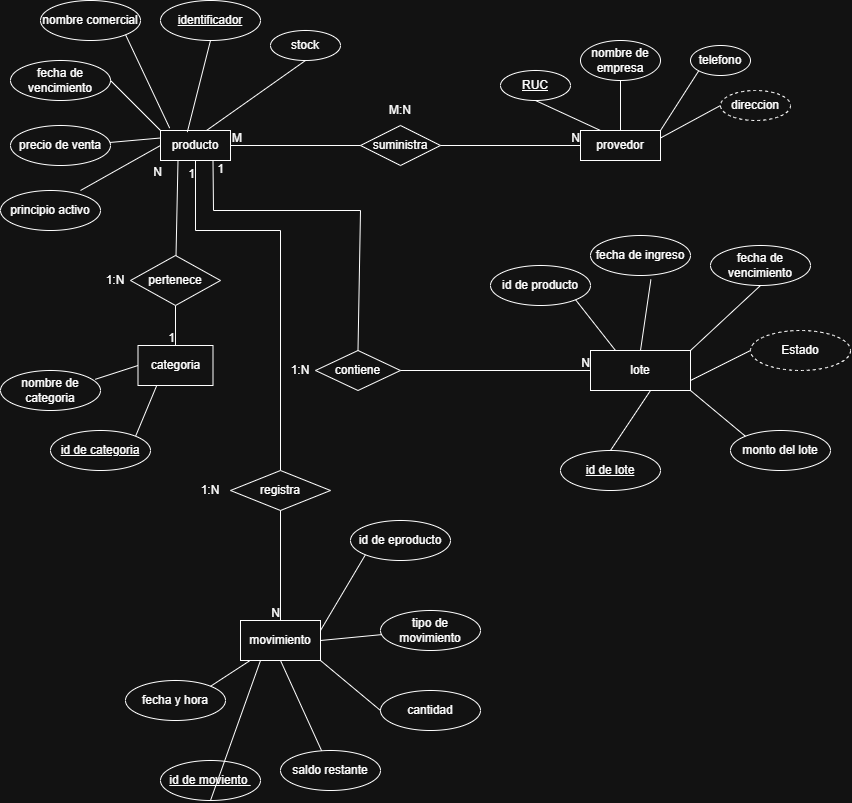
The draw.io diagram Modelo-ER-ProyectoU1.png in Criss-21/Diagramas-Base-De-DAtos, before a commit. Source tidied: cells renumbered, new cells last; positions are measured from the earlier drawing's top-left corner, leaving out a move shared by most shapes. Source of this version:
```xml
<mxGraphModel>
  <root>
    <mxCell id="0" />
    <mxCell id="1" parent="0" />
    <mxCell id="2" value="producto" style="whiteSpace=wrap;html=1;align=center;" parent="1" vertex="1">
      <mxGeometry x="160" y="130" width="70" height="30" as="geometry" />
    </mxCell>
    <mxCell id="3" value="identificador" style="ellipse;whiteSpace=wrap;html=1;align=center;fontStyle=4;" parent="1" vertex="1">
      <mxGeometry x="160" width="100" height="40" as="geometry" />
    </mxCell>
    <mxCell id="4" value="nombre comercial" style="ellipse;whiteSpace=wrap;html=1;align=center;" parent="1" vertex="1">
      <mxGeometry x="40" width="100" height="40" as="geometry" />
    </mxCell>
    <mxCell id="5" value="principio activo" style="ellipse;whiteSpace=wrap;html=1;align=center;" parent="1" vertex="1">
      <mxGeometry y="190" width="100" height="40" as="geometry" />
    </mxCell>
    <mxCell id="6" value="precio de venta" style="ellipse;whiteSpace=wrap;html=1;align=center;" parent="1" vertex="1">
      <mxGeometry x="10" y="125" width="100" height="40" as="geometry" />
    </mxCell>
    <mxCell id="7" value="stock" style="ellipse;whiteSpace=wrap;html=1;align=center;" parent="1" vertex="1">
      <mxGeometry x="270" y="30" width="70" height="30" as="geometry" />
    </mxCell>
    <mxCell id="8" value="fecha de vencimiento" style="ellipse;whiteSpace=wrap;html=1;align=center;" parent="1" vertex="1">
      <mxGeometry x="10" y="60" width="100" height="40" as="geometry" />
    </mxCell>
    <mxCell id="9" style="endArrow=none;html=1;rounded=0;entryX=0.5;entryY=1;entryDx=0;entryDy=0;exitX=0.383;exitY=0.053;exitDx=0;exitDy=0;exitPerimeter=0;" parent="1" edge="1" source="2" target="3">
      <mxGeometry relative="1" as="geometry" />
    </mxCell>
    <mxCell id="10" style="endArrow=none;html=1;rounded=0;entryX=0.5;entryY=1;entryDx=0;entryDy=0;exitX=0.657;exitY=0;exitDx=0;exitDy=0;exitPerimeter=0;" parent="1" edge="1" source="2" target="7">
      <mxGeometry relative="1" as="geometry" />
    </mxCell>
    <mxCell id="11" style="endArrow=none;html=1;rounded=0;entryX=1;entryY=1;entryDx=0;entryDy=0;exitX=0.131;exitY=-0.08;exitDx=0;exitDy=0;exitPerimeter=0;" parent="1" edge="1" source="2" target="4">
      <mxGeometry relative="1" as="geometry" />
    </mxCell>
    <mxCell id="12" style="endArrow=none;html=1;rounded=0;entryX=0.8;entryY=0;entryDx=0;entryDy=0;exitX=0;exitY=0.5;exitDx=0;exitDy=0;entryPerimeter=0;" parent="1" edge="1" source="2" target="5">
      <mxGeometry relative="1" as="geometry" />
    </mxCell>
    <mxCell id="13" style="endArrow=none;html=1;rounded=0;entryX=1;entryY=0.5;entryDx=0;entryDy=0;exitX=0;exitY=0;exitDx=0;exitDy=0;" parent="1" edge="1" source="2" target="8">
      <mxGeometry relative="1" as="geometry" />
    </mxCell>
    <mxCell id="14" style="endArrow=none;html=1;rounded=0;entryX=0;entryY=0.25;entryDx=0;entryDy=0;" parent="1" edge="1" source="6" target="2">
      <mxGeometry relative="1" as="geometry" />
    </mxCell>
    <mxCell id="15" value="provedor" style="whiteSpace=wrap;html=1;align=center;" parent="1" vertex="1">
      <mxGeometry x="580" y="130" width="80" height="30" as="geometry" />
    </mxCell>
    <mxCell id="16" value="RUC" style="ellipse;whiteSpace=wrap;html=1;align=center;fontStyle=4;" parent="1" vertex="1">
      <mxGeometry x="500" y="70" width="70" height="30" as="geometry" />
    </mxCell>
    <mxCell id="17" value="nombre de empresa" style="ellipse;whiteSpace=wrap;html=1;align=center;" parent="1" vertex="1">
      <mxGeometry x="580" y="40" width="80" height="40" as="geometry" />
    </mxCell>
    <mxCell id="18" value="telefono" style="ellipse;whiteSpace=wrap;html=1;align=center;" parent="1" vertex="1">
      <mxGeometry x="690" y="45" width="60" height="30" as="geometry" />
    </mxCell>
    <mxCell id="19" value="direccion" style="ellipse;whiteSpace=wrap;html=1;align=center;dashed=1;" parent="1" vertex="1">
      <mxGeometry x="720" y="90" width="70" height="30" as="geometry" />
    </mxCell>
    <mxCell id="20" style="endArrow=none;html=1;rounded=0;entryX=0.5;entryY=1;entryDx=0;entryDy=0;exitX=0.25;exitY=0;exitDx=0;exitDy=0;" parent="1" edge="1" source="15" target="16">
      <mxGeometry relative="1" as="geometry" />
    </mxCell>
    <mxCell id="21" style="endArrow=none;html=1;rounded=0;entryX=0.5;entryY=1;entryDx=0;entryDy=0;exitX=0.5;exitY=0;exitDx=0;exitDy=0;" parent="1" edge="1" source="15" target="17">
      <mxGeometry relative="1" as="geometry" />
    </mxCell>
    <mxCell id="22" style="endArrow=none;html=1;rounded=0;exitX=0;exitY=1;exitDx=0;exitDy=0;entryX=1;entryY=0;entryDx=0;entryDy=0;" parent="1" edge="1" source="18" target="15">
      <mxGeometry relative="1" as="geometry" />
    </mxCell>
    <mxCell id="23" style="endArrow=none;html=1;rounded=0;entryX=1;entryY=0.25;entryDx=0;entryDy=0;exitX=0;exitY=0.5;exitDx=0;exitDy=0;" parent="1" edge="1" source="19" target="15">
      <mxGeometry relative="1" as="geometry" />
    </mxCell>
    <mxCell id="24" value="suministra" style="shape=rhombus;perimeter=rhombusPerimeter;whiteSpace=wrap;html=1;align=center;" parent="1" vertex="1">
      <mxGeometry x="360" y="125" width="80" height="40" as="geometry" />
    </mxCell>
    <mxCell id="25" style="endArrow=none;html=1;rounded=0;exitX=1;exitY=0.5;exitDx=0;exitDy=0;entryX=0;entryY=0.5;entryDx=0;entryDy=0;" parent="1" edge="1" source="2" target="24">
      <mxGeometry relative="1" as="geometry" />
    </mxCell>
    <mxCell id="26" value="M" style="html=1;whiteSpace=wrap;align=left;verticalAlign=bottom;" parent="25" vertex="1">
      <mxGeometry x="-1" relative="1" as="geometry" />
    </mxCell>
    <mxCell id="27" style="endArrow=none;html=1;rounded=0;exitX=1;exitY=0.5;exitDx=0;exitDy=0;entryX=0;entryY=0.5;entryDx=0;entryDy=0;" parent="1" edge="1" source="24" target="15">
      <mxGeometry relative="1" as="geometry" />
    </mxCell>
    <mxCell id="28" value="N" style="html=1;whiteSpace=wrap;align=right;verticalAlign=bottom;" parent="27" vertex="1">
      <mxGeometry x="1" relative="1" as="geometry" />
    </mxCell>
    <mxCell id="29" value="categoria" style="whiteSpace=wrap;html=1;align=center;" parent="1" vertex="1">
      <mxGeometry x="137.5" y="345" width="75" height="40" as="geometry" />
    </mxCell>
    <mxCell id="30" value="nombre de categoria" style="ellipse;whiteSpace=wrap;html=1;align=center;" parent="1" vertex="1">
      <mxGeometry y="370" width="100" height="40" as="geometry" />
    </mxCell>
    <mxCell id="31" style="endArrow=none;html=1;rounded=0;entryX=0.948;entryY=0.22;entryDx=0;entryDy=0;exitX=0;exitY=0.5;exitDx=0;exitDy=0;entryPerimeter=0;" parent="1" edge="1" source="29" target="30">
      <mxGeometry relative="1" as="geometry" />
    </mxCell>
    <mxCell id="32" style="endArrow=none;html=1;rounded=0;exitX=1;exitY=0;exitDx=0;exitDy=0;entryX=0.25;entryY=1;entryDx=0;entryDy=0;" parent="1" edge="1" source="39" target="29">
      <mxGeometry relative="1" as="geometry" />
    </mxCell>
    <mxCell id="33" value="lote" style="whiteSpace=wrap;html=1;align=center;" parent="1" vertex="1">
      <mxGeometry x="590" y="350" width="100" height="40" as="geometry" />
    </mxCell>
    <mxCell id="34" value="fecha de ingreso" style="ellipse;whiteSpace=wrap;html=1;align=center;" parent="1" vertex="1">
      <mxGeometry x="590" y="235" width="100" height="40" as="geometry" />
    </mxCell>
    <mxCell id="35" value="id de producto" style="ellipse;whiteSpace=wrap;html=1;align=center;" parent="1" vertex="1">
      <mxGeometry x="490" y="265" width="100" height="40" as="geometry" />
    </mxCell>
    <mxCell id="36" value="id de lote" style="ellipse;whiteSpace=wrap;html=1;align=center;fontStyle=4;" parent="1" vertex="1">
      <mxGeometry x="560" y="450" width="100" height="40" as="geometry" />
    </mxCell>
    <mxCell id="37" value="monto del lote" style="ellipse;whiteSpace=wrap;html=1;align=center;" parent="1" vertex="1">
      <mxGeometry x="730" y="430" width="100" height="40" as="geometry" />
    </mxCell>
    <mxCell id="38" value="fecha de vencimiento" style="ellipse;whiteSpace=wrap;html=1;align=center;" parent="1" vertex="1">
      <mxGeometry x="710" y="245" width="100" height="40" as="geometry" />
    </mxCell>
    <mxCell id="39" value="id de categoria" style="ellipse;whiteSpace=wrap;html=1;align=center;fontStyle=4;" parent="1" vertex="1">
      <mxGeometry x="50" y="430" width="100" height="40" as="geometry" />
    </mxCell>
    <mxCell id="40" value="Estado" style="ellipse;whiteSpace=wrap;html=1;align=center;dashed=1;" parent="1" vertex="1">
      <mxGeometry x="750" y="330" width="100" height="40" as="geometry" />
    </mxCell>
    <mxCell id="41" style="endArrow=none;html=1;rounded=0;entryX=1;entryY=1;entryDx=0;entryDy=0;exitX=0.25;exitY=0;exitDx=0;exitDy=0;" parent="1" edge="1" source="33" target="35">
      <mxGeometry relative="1" as="geometry" />
    </mxCell>
    <mxCell id="42" style="endArrow=none;html=1;rounded=0;entryX=0.604;entryY=1.1;entryDx=0;entryDy=0;entryPerimeter=0;exitX=0.5;exitY=0;exitDx=0;exitDy=0;" parent="1" edge="1" source="33" target="34">
      <mxGeometry relative="1" as="geometry" />
    </mxCell>
    <mxCell id="43" style="endArrow=none;html=1;rounded=0;entryX=0.5;entryY=1;entryDx=0;entryDy=0;exitX=1;exitY=0;exitDx=0;exitDy=0;" parent="1" edge="1" source="33" target="38">
      <mxGeometry relative="1" as="geometry" />
    </mxCell>
    <mxCell id="44" style="endArrow=none;html=1;rounded=0;entryX=0.6;entryY=1;entryDx=0;entryDy=0;exitX=0.5;exitY=0;exitDx=0;exitDy=0;entryPerimeter=0;" parent="1" edge="1" source="36" target="33">
      <mxGeometry relative="1" as="geometry" />
    </mxCell>
    <mxCell id="45" style="endArrow=none;html=1;rounded=0;entryX=1;entryY=1;entryDx=0;entryDy=0;exitX=0;exitY=0;exitDx=0;exitDy=0;" parent="1" edge="1" source="37" target="33">
      <mxGeometry relative="1" as="geometry" />
    </mxCell>
    <mxCell id="46" style="endArrow=none;html=1;rounded=0;exitX=0;exitY=0.5;exitDx=0;exitDy=0;entryX=1;entryY=0.75;entryDx=0;entryDy=0;" parent="1" edge="1" source="40" target="33">
      <mxGeometry relative="1" as="geometry" />
    </mxCell>
    <mxCell id="47" value="movimiento" style="whiteSpace=wrap;html=1;align=center;" parent="1" vertex="1">
      <mxGeometry x="240" y="620" width="80" height="40" as="geometry" />
    </mxCell>
    <mxCell id="48" value="id de eproducto" style="ellipse;whiteSpace=wrap;html=1;align=center;" parent="1" vertex="1">
      <mxGeometry x="350" y="520" width="100" height="40" as="geometry" />
    </mxCell>
    <mxCell id="49" value="id de moviento&amp;nbsp;" style="ellipse;whiteSpace=wrap;html=1;align=center;fontStyle=4;" parent="1" vertex="1">
      <mxGeometry x="160" y="760" width="100" height="40" as="geometry" />
    </mxCell>
    <mxCell id="50" value="tipo de movimiento" style="ellipse;whiteSpace=wrap;html=1;align=center;" parent="1" vertex="1">
      <mxGeometry x="380" y="610" width="100" height="40" as="geometry" />
    </mxCell>
    <mxCell id="51" value="cantidad" style="ellipse;whiteSpace=wrap;html=1;align=center;" parent="1" vertex="1">
      <mxGeometry x="380" y="690" width="100" height="40" as="geometry" />
    </mxCell>
    <mxCell id="52" value="fecha y hora" style="ellipse;whiteSpace=wrap;html=1;align=center;" parent="1" vertex="1">
      <mxGeometry x="125" y="680" width="100" height="40" as="geometry" />
    </mxCell>
    <mxCell id="53" value="saldo restante" style="ellipse;whiteSpace=wrap;html=1;align=center;" parent="1" vertex="1">
      <mxGeometry x="280" y="750" width="100" height="40" as="geometry" />
    </mxCell>
    <mxCell id="54" style="endArrow=none;html=1;rounded=0;entryX=0.5;entryY=1;entryDx=0;entryDy=0;exitX=0.25;exitY=1;exitDx=0;exitDy=0;" parent="1" edge="1" source="47" target="49">
      <mxGeometry relative="1" as="geometry" />
    </mxCell>
    <mxCell id="55" style="endArrow=none;html=1;rounded=0;entryX=0;entryY=1;entryDx=0;entryDy=0;exitX=1;exitY=0.25;exitDx=0;exitDy=0;" parent="1" edge="1" source="47" target="48">
      <mxGeometry relative="1" as="geometry" />
    </mxCell>
    <mxCell id="56" style="endArrow=none;html=1;rounded=0;entryX=0.12;entryY=1;entryDx=0;entryDy=0;entryPerimeter=0;exitX=1;exitY=0;exitDx=0;exitDy=0;" parent="1" edge="1" source="52" target="47">
      <mxGeometry relative="1" as="geometry" />
    </mxCell>
    <mxCell id="57" style="endArrow=none;html=1;rounded=0;entryX=0.5;entryY=1;entryDx=0;entryDy=0;" parent="1" edge="1" source="53" target="47">
      <mxGeometry relative="1" as="geometry" />
    </mxCell>
    <mxCell id="58" style="endArrow=none;html=1;rounded=0;entryX=1;entryY=1;entryDx=0;entryDy=0;exitX=0;exitY=0.5;exitDx=0;exitDy=0;" parent="1" edge="1" source="51" target="47">
      <mxGeometry relative="1" as="geometry" />
    </mxCell>
    <mxCell id="59" style="endArrow=none;html=1;rounded=0;entryX=1;entryY=0.5;entryDx=0;entryDy=0;" parent="1" edge="1" source="50" target="47">
      <mxGeometry relative="1" as="geometry" />
    </mxCell>
    <mxCell id="60" style="endArrow=none;html=1;rounded=0;exitX=0.5;exitY=1;exitDx=0;exitDy=0;entryX=0.5;entryY=0;entryDx=0;entryDy=0;" parent="1" edge="1" source="62" target="29">
      <mxGeometry relative="1" as="geometry" />
    </mxCell>
    <mxCell id="61" value="1" style="html=1;whiteSpace=wrap;align=right;verticalAlign=bottom;" parent="60" vertex="1">
      <mxGeometry x="1" relative="1" as="geometry" />
    </mxCell>
    <mxCell id="62" value="pertenece" style="shape=rhombus;perimeter=rhombusPerimeter;whiteSpace=wrap;html=1;align=center;" parent="1" vertex="1">
      <mxGeometry x="130" y="255" width="90" height="50" as="geometry" />
    </mxCell>
    <mxCell id="63" style="endArrow=none;html=1;rounded=0;entryX=0.25;entryY=1;entryDx=0;entryDy=0;" parent="1" edge="1" source="62" target="2">
      <mxGeometry relative="1" as="geometry" />
    </mxCell>
    <mxCell id="64" value="N" style="html=1;whiteSpace=wrap;align=right;verticalAlign=bottom;" parent="63" vertex="1">
      <mxGeometry x="1" relative="1" as="geometry">
        <mxPoint x="-15" y="20" as="offset" />
      </mxGeometry>
    </mxCell>
    <mxCell id="65" value="M:N" style="text;html=1;whiteSpace=wrap;strokeColor=none;fillColor=none;align=center;verticalAlign=middle;rounded=0;" parent="1" vertex="1">
      <mxGeometry x="375" y="100" width="50" height="20" as="geometry" />
    </mxCell>
    <mxCell id="66" value="1:N" style="text;html=1;whiteSpace=wrap;strokeColor=none;fillColor=none;align=center;verticalAlign=middle;rounded=0;" parent="1" vertex="1">
      <mxGeometry x="100" y="270" width="30" height="20" as="geometry" />
    </mxCell>
    <mxCell id="67" style="endArrow=none;html=1;rounded=0;entryX=0.75;entryY=1;entryDx=0;entryDy=0;exitX=0.5;exitY=0;exitDx=0;exitDy=0;" parent="1" edge="1" source="68" target="2">
      <mxGeometry relative="1" as="geometry">
        <Array as="points">
          <mxPoint x="360" y="210" />
          <mxPoint x="213" y="210" />
        </Array>
      </mxGeometry>
    </mxCell>
    <mxCell id="68" value="contiene" style="shape=rhombus;perimeter=rhombusPerimeter;whiteSpace=wrap;html=1;align=center;" parent="1" vertex="1">
      <mxGeometry x="315" y="350" width="85" height="40" as="geometry" />
    </mxCell>
    <mxCell id="69" style="endArrow=none;html=1;rounded=0;exitX=1;exitY=0.5;exitDx=0;exitDy=0;entryX=0;entryY=0.5;entryDx=0;entryDy=0;" parent="1" edge="1" source="68" target="33">
      <mxGeometry relative="1" as="geometry" />
    </mxCell>
    <mxCell id="70" value="N" style="html=1;whiteSpace=wrap;align=right;verticalAlign=bottom;" parent="69" vertex="1">
      <mxGeometry x="1" relative="1" as="geometry" />
    </mxCell>
    <mxCell id="71" value="1" style="html=1;whiteSpace=wrap;align=right;verticalAlign=bottom;" parent="1" vertex="1">
      <mxGeometry x="130" y="180" as="geometry">
        <mxPoint x="65" y="1" as="offset" />
      </mxGeometry>
    </mxCell>
    <mxCell id="72" style="endArrow=none;html=1;rounded=0;entryX=0.5;entryY=1;entryDx=0;entryDy=0;exitX=0.5;exitY=0;exitDx=0;exitDy=0;" parent="1" edge="1" source="73" target="2">
      <mxGeometry relative="1" as="geometry">
        <Array as="points">
          <mxPoint x="280" y="230" />
          <mxPoint x="195" y="230" />
        </Array>
      </mxGeometry>
    </mxCell>
    <mxCell id="73" value="registra" style="shape=rhombus;perimeter=rhombusPerimeter;whiteSpace=wrap;html=1;align=center;" parent="1" vertex="1">
      <mxGeometry x="230" y="470" width="100" height="40" as="geometry" />
    </mxCell>
    <mxCell id="74" value="1" style="html=1;whiteSpace=wrap;align=right;verticalAlign=bottom;" parent="1" vertex="1">
      <mxGeometry x="220" y="180" as="geometry">
        <mxPoint x="4" y="-4" as="offset" />
      </mxGeometry>
    </mxCell>
    <mxCell id="75" style="endArrow=none;html=1;rounded=0;exitX=0.5;exitY=1;exitDx=0;exitDy=0;entryX=0.5;entryY=0;entryDx=0;entryDy=0;" parent="1" edge="1" source="73" target="47">
      <mxGeometry relative="1" as="geometry" />
    </mxCell>
    <mxCell id="76" value="N" style="html=1;whiteSpace=wrap;align=right;verticalAlign=bottom;" parent="75" vertex="1">
      <mxGeometry x="1" relative="1" as="geometry" />
    </mxCell>
    <mxCell id="77" value="1:N" style="text;html=1;whiteSpace=wrap;strokeColor=none;fillColor=none;align=center;verticalAlign=middle;rounded=0;" parent="1" vertex="1">
      <mxGeometry x="270" y="355" width="60" height="30" as="geometry" />
    </mxCell>
    <mxCell id="78" value="1:N" style="text;html=1;whiteSpace=wrap;strokeColor=none;fillColor=none;align=center;verticalAlign=middle;rounded=0;" parent="1" vertex="1">
      <mxGeometry x="180" y="475" width="60" height="30" as="geometry" />
    </mxCell>
  </root>
</mxGraphModel>
```
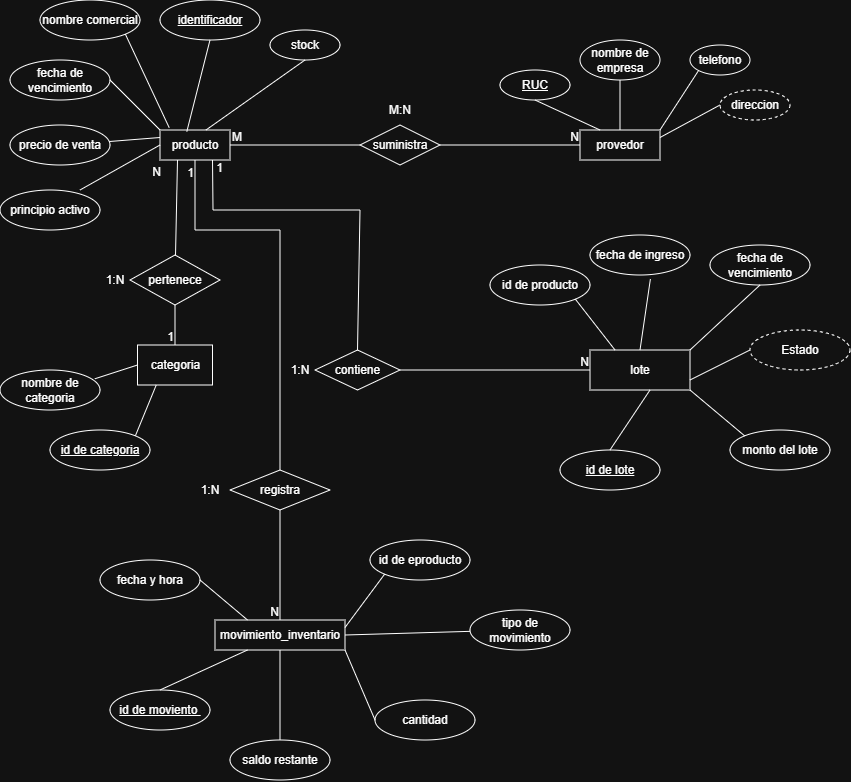
Above is the later version.

Change to the diagram source:
```diff
@@ -137,34 +137,34 @@
     <mxCell id="46" style="endArrow=none;html=1;rounded=0;exitX=0;exitY=0.5;exitDx=0;exitDy=0;entryX=1;entryY=0.75;entryDx=0;entryDy=0;" parent="1" edge="1" source="40" target="33">
       <mxGeometry relative="1" as="geometry" />
     </mxCell>
-    <mxCell id="47" value="movimiento" style="whiteSpace=wrap;html=1;align=center;" parent="1" vertex="1">
-      <mxGeometry x="240" y="620" width="80" height="40" as="geometry" />
+    <mxCell id="47" value="movimiento_inventario" style="whiteSpace=wrap;html=1;align=center;" parent="1" vertex="1">
+      <mxGeometry x="215" y="620" width="130" height="30" as="geometry" />
     </mxCell>
     <mxCell id="48" value="id de eproducto" style="ellipse;whiteSpace=wrap;html=1;align=center;" parent="1" vertex="1">
-      <mxGeometry x="350" y="520" width="100" height="40" as="geometry" />
+      <mxGeometry x="370" y="540" width="100" height="40" as="geometry" />
     </mxCell>
     <mxCell id="49" value="id de moviento&amp;nbsp;" style="ellipse;whiteSpace=wrap;html=1;align=center;fontStyle=4;" parent="1" vertex="1">
-      <mxGeometry x="160" y="760" width="100" height="40" as="geometry" />
+      <mxGeometry x="110" y="690" width="100" height="40" as="geometry" />
     </mxCell>
     <mxCell id="50" value="tipo de movimiento" style="ellipse;whiteSpace=wrap;html=1;align=center;" parent="1" vertex="1">
-      <mxGeometry x="380" y="610" width="100" height="40" as="geometry" />
+      <mxGeometry x="470" y="610" width="100" height="40" as="geometry" />
     </mxCell>
     <mxCell id="51" value="cantidad" style="ellipse;whiteSpace=wrap;html=1;align=center;" parent="1" vertex="1">
-      <mxGeometry x="380" y="690" width="100" height="40" as="geometry" />
+      <mxGeometry x="375" y="700" width="100" height="40" as="geometry" />
     </mxCell>
     <mxCell id="52" value="fecha y hora" style="ellipse;whiteSpace=wrap;html=1;align=center;" parent="1" vertex="1">
-      <mxGeometry x="125" y="680" width="100" height="40" as="geometry" />
+      <mxGeometry x="100" y="560" width="100" height="40" as="geometry" />
     </mxCell>
     <mxCell id="53" value="saldo restante" style="ellipse;whiteSpace=wrap;html=1;align=center;" parent="1" vertex="1">
-      <mxGeometry x="280" y="750" width="100" height="40" as="geometry" />
+      <mxGeometry x="230" y="740" width="100" height="40" as="geometry" />
     </mxCell>
-    <mxCell id="54" style="endArrow=none;html=1;rounded=0;entryX=0.5;entryY=1;entryDx=0;entryDy=0;exitX=0.25;exitY=1;exitDx=0;exitDy=0;" parent="1" edge="1" source="47" target="49">
+    <mxCell id="54" style="endArrow=none;html=1;rounded=0;entryX=0.5;entryY=0;entryDx=0;entryDy=0;exitX=0.25;exitY=1;exitDx=0;exitDy=0;" parent="1" edge="1" source="47" target="49">
       <mxGeometry relative="1" as="geometry" />
     </mxCell>
     <mxCell id="55" style="endArrow=none;html=1;rounded=0;entryX=0;entryY=1;entryDx=0;entryDy=0;exitX=1;exitY=0.25;exitDx=0;exitDy=0;" parent="1" edge="1" source="47" target="48">
       <mxGeometry relative="1" as="geometry" />
     </mxCell>
-    <mxCell id="56" style="endArrow=none;html=1;rounded=0;entryX=0.12;entryY=1;entryDx=0;entryDy=0;entryPerimeter=0;exitX=1;exitY=0;exitDx=0;exitDy=0;" parent="1" edge="1" source="52" target="47">
+    <mxCell id="56" style="endArrow=none;html=1;rounded=0;entryX=0.25;entryY=0;entryDx=0;entryDy=0;exitX=1;exitY=0.5;exitDx=0;exitDy=0;" parent="1" edge="1" source="52" target="47">
       <mxGeometry relative="1" as="geometry" />
     </mxCell>
     <mxCell id="57" style="endArrow=none;html=1;rounded=0;entryX=0.5;entryY=1;entryDx=0;entryDy=0;" parent="1" edge="1" source="53" target="47">
```
